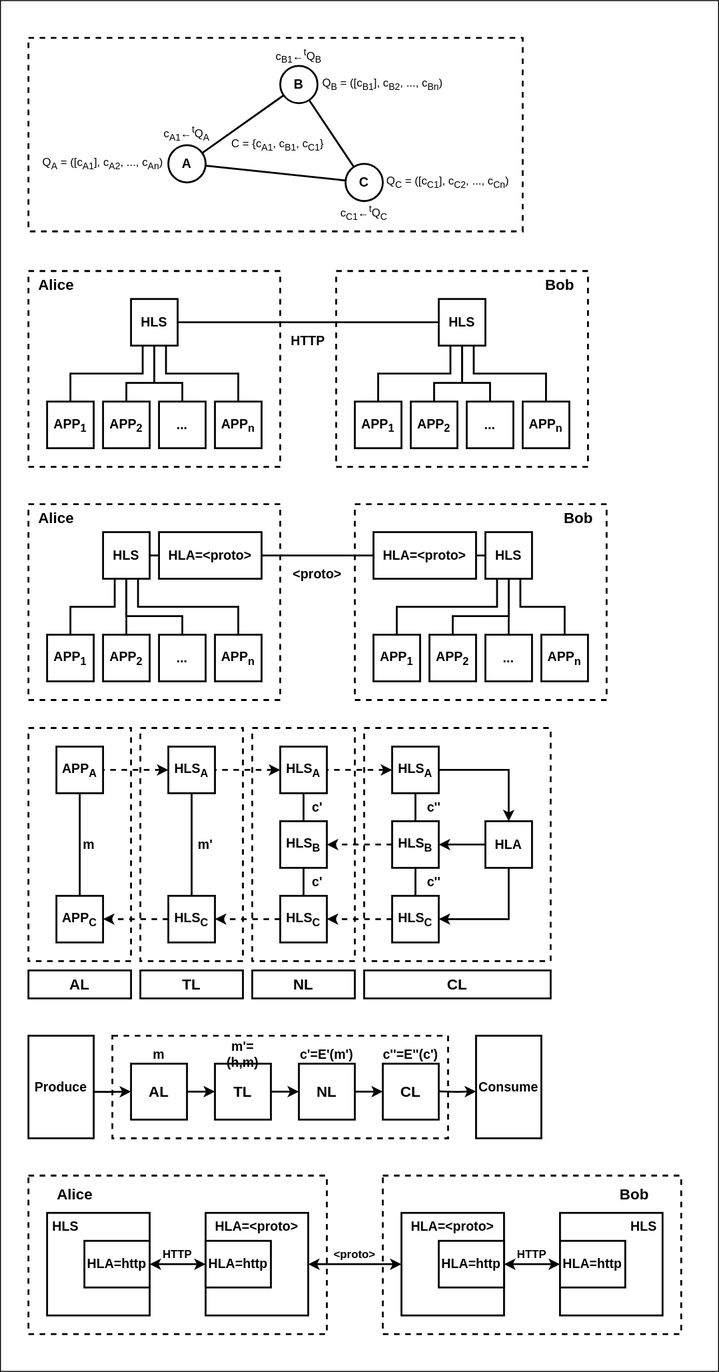
The draw.io diagram docs/hidden_lake_anonymous_network_scheme.svg in number571/hidden-lake, before a commit. Source tidied: cells renumbered, new cells last; positions are measured from the earlier drawing's top-left corner, leaving out a move shared by most shapes.
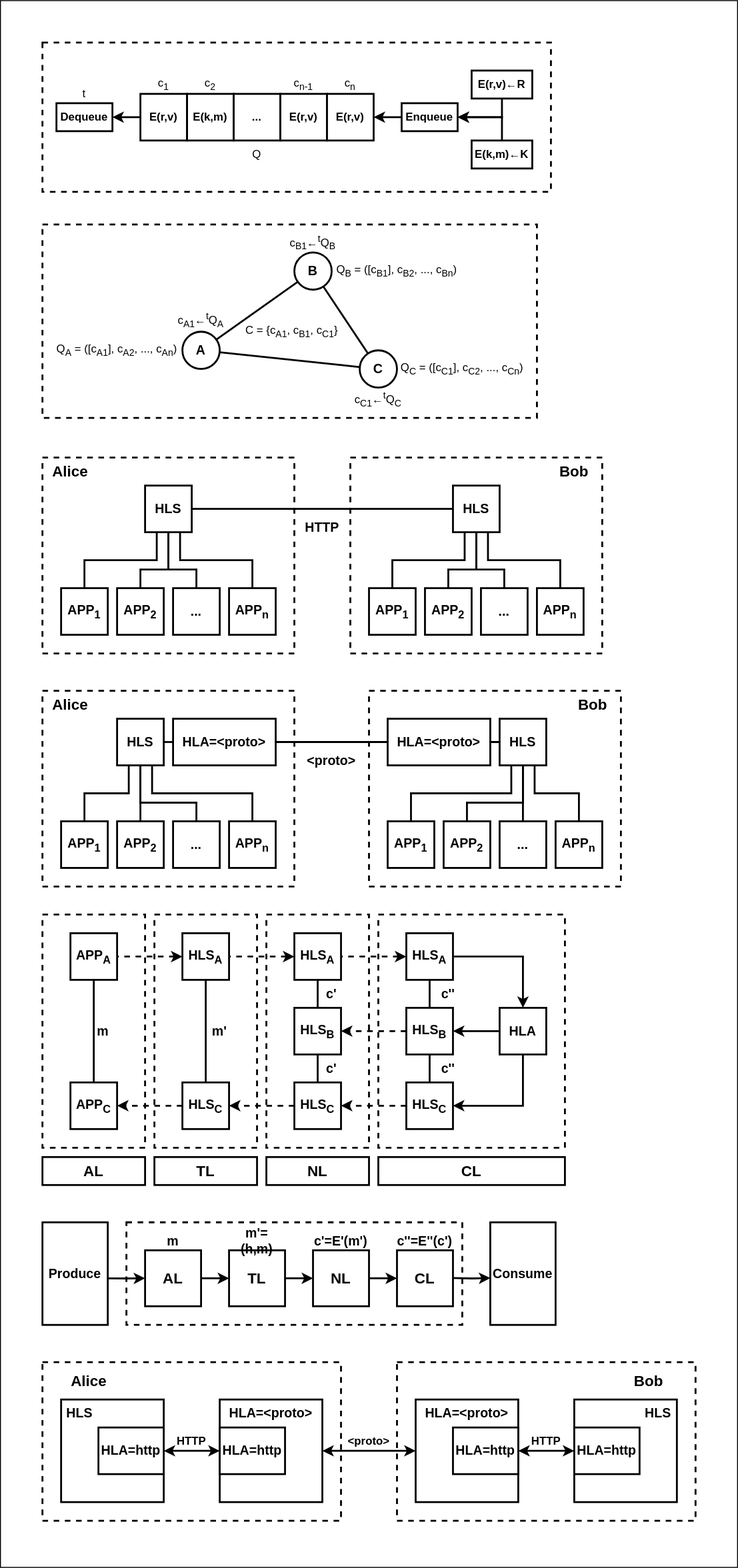
The same file after the commit.

Change to the diagram source:
```diff
@@ -361,7 +361,7 @@
       <mxGeometry x="30" y="1040" width="110" height="30" as="geometry" />
     </mxCell>
     <mxCell id="108" style="rounded=0;whiteSpace=wrap;html=1;strokeColor=default;fillColor=none;" parent="1" vertex="1">
-      <mxGeometry width="770" height="1470" as="geometry" />
+      <mxGeometry x="-15" y="-200" width="790" height="1680" as="geometry" />
     </mxCell>
     <mxCell id="109" style="edgeStyle=orthogonalEdgeStyle;rounded=0;jettySize=auto;html=1;exitX=0.994;exitY=0.547;exitDx=0;exitDy=0;entryX=0;entryY=0.5;entryDx=0;entryDy=0;strokeWidth=2;exitPerimeter=0;" parent="1" edge="1" source="110" target="113">
       <mxGeometry relative="1" as="geometry" />
@@ -483,5 +483,65 @@
     <mxCell id="147" style="rounded=0;whiteSpace=wrap;html=1;fillColor=none;strokeWidth=2;dashed=1;" parent="1" vertex="1">
       <mxGeometry x="30" y="40" width="530" height="207.5" as="geometry" />
     </mxCell>
+    <mxCell id="148" style="edgeStyle=orthogonalEdgeStyle;rounded=0;jettySize=auto;html=1;exitX=0;exitY=0.5;exitDx=0;exitDy=0;entryX=1;entryY=0.5;entryDx=0;entryDy=0;strokeWidth=2;" parent="1" edge="1" source="149" target="160">
+      <mxGeometry relative="1" as="geometry" />
+    </mxCell>
+    <mxCell id="149" value="&lt;b&gt;E(r,v)&lt;/b&gt;" style="rounded=0;whiteSpace=wrap;html=1;strokeWidth=2;" parent="1" vertex="1">
+      <mxGeometry x="135" y="-100" width="50" height="50" as="geometry" />
+    </mxCell>
+    <mxCell id="150" value="c&lt;sub&gt;1&lt;/sub&gt;" style="text;html=1;align=center;verticalAlign=middle;whiteSpace=wrap;rounded=0;" parent="1" vertex="1">
+      <mxGeometry x="135" y="-120" width="50" height="20" as="geometry" />
+    </mxCell>
+    <mxCell id="151" value="&lt;b&gt;E(k,m)&lt;/b&gt;" style="rounded=0;whiteSpace=wrap;html=1;strokeWidth=2;" parent="1" vertex="1">
+      <mxGeometry x="185" y="-100" width="50" height="50" as="geometry" />
+    </mxCell>
+    <mxCell id="152" value="c&lt;sub&gt;2&lt;/sub&gt;" style="text;html=1;align=center;verticalAlign=middle;whiteSpace=wrap;rounded=0;" parent="1" vertex="1">
+      <mxGeometry x="185" y="-120" width="50" height="20" as="geometry" />
+    </mxCell>
+    <mxCell id="153" value="&lt;b&gt;...&lt;/b&gt;" style="rounded=0;whiteSpace=wrap;html=1;strokeWidth=2;" parent="1" vertex="1">
+      <mxGeometry x="235" y="-100" width="50" height="50" as="geometry" />
+    </mxCell>
+    <mxCell id="154" value="&lt;b&gt;E(r,v)&lt;/b&gt;" style="rounded=0;whiteSpace=wrap;html=1;strokeWidth=2;" parent="1" vertex="1">
+      <mxGeometry x="285" y="-100" width="50" height="50" as="geometry" />
+    </mxCell>
+    <mxCell id="155" value="&lt;b&gt;E(r,v)&lt;/b&gt;" style="rounded=0;whiteSpace=wrap;html=1;strokeWidth=2;" parent="1" vertex="1">
+      <mxGeometry x="335" y="-100" width="50" height="50" as="geometry" />
+    </mxCell>
+    <mxCell id="156" value="c&lt;sub&gt;n-1&lt;/sub&gt;" style="text;html=1;align=center;verticalAlign=middle;whiteSpace=wrap;rounded=0;" parent="1" vertex="1">
+      <mxGeometry x="285" y="-120" width="50" height="20" as="geometry" />
+    </mxCell>
+    <mxCell id="157" value="c&lt;sub&gt;n&lt;/sub&gt;" style="text;html=1;align=center;verticalAlign=middle;whiteSpace=wrap;rounded=0;" parent="1" vertex="1">
+      <mxGeometry x="335" y="-120" width="50" height="20" as="geometry" />
+    </mxCell>
+    <mxCell id="158" style="edgeStyle=orthogonalEdgeStyle;rounded=0;jettySize=auto;html=1;exitX=0.5;exitY=1;exitDx=0;exitDy=0;entryX=1;entryY=0.5;entryDx=0;entryDy=0;strokeWidth=2;" parent="1" edge="1" source="159" target="165">
+      <mxGeometry relative="1" as="geometry" />
+    </mxCell>
+    <mxCell id="159" value="&lt;b&gt;E(r,v)←R&lt;/b&gt;" style="rounded=0;whiteSpace=wrap;html=1;strokeWidth=2;" parent="1" vertex="1">
+      <mxGeometry x="490" y="-125" width="65" height="30" as="geometry" />
+    </mxCell>
+    <mxCell id="160" value="&lt;b&gt;Dequeue&lt;/b&gt;" style="rounded=0;whiteSpace=wrap;html=1;strokeWidth=2;" parent="1" vertex="1">
+      <mxGeometry x="45" y="-90" width="60" height="30" as="geometry" />
+    </mxCell>
+    <mxCell id="161" value="Q" style="text;html=1;align=center;verticalAlign=middle;whiteSpace=wrap;rounded=0;" parent="1" vertex="1">
+      <mxGeometry x="135" y="-50" width="250" height="30" as="geometry" />
+    </mxCell>
+    <mxCell id="162" style="edgeStyle=orthogonalEdgeStyle;rounded=0;jettySize=auto;html=1;exitX=0.5;exitY=0;exitDx=0;exitDy=0;entryX=1;entryY=0.5;entryDx=0;entryDy=0;strokeWidth=2;" parent="1" edge="1" source="163" target="165">
+      <mxGeometry relative="1" as="geometry" />
+    </mxCell>
+    <mxCell id="163" value="&lt;b&gt;E(k,m)←K&lt;/b&gt;" style="rounded=0;whiteSpace=wrap;html=1;strokeWidth=2;" parent="1" vertex="1">
+      <mxGeometry x="490" y="-50" width="65" height="30" as="geometry" />
+    </mxCell>
+    <mxCell id="164" style="edgeStyle=orthogonalEdgeStyle;rounded=0;jettySize=auto;html=1;exitX=0;exitY=0.5;exitDx=0;exitDy=0;entryX=1;entryY=0.5;entryDx=0;entryDy=0;strokeWidth=2;" parent="1" edge="1" source="165" target="155">
+      <mxGeometry relative="1" as="geometry" />
+    </mxCell>
+    <mxCell id="165" value="&lt;b&gt;Enqueue&lt;/b&gt;" style="rounded=0;whiteSpace=wrap;html=1;strokeWidth=2;" parent="1" vertex="1">
+      <mxGeometry x="415" y="-90" width="60" height="30" as="geometry" />
+    </mxCell>
+    <mxCell id="166" value="t" style="text;html=1;align=center;verticalAlign=middle;whiteSpace=wrap;rounded=0;" parent="1" vertex="1">
+      <mxGeometry x="45" y="-110" width="60" height="20" as="geometry" />
+    </mxCell>
+    <mxCell id="167" style="rounded=0;whiteSpace=wrap;html=1;fillColor=none;strokeWidth=2;dashed=1;" parent="1" vertex="1">
+      <mxGeometry x="30" y="-155" width="545" height="160" as="geometry" />
+    </mxCell>
   </root>
 </mxGraphModel>
```
